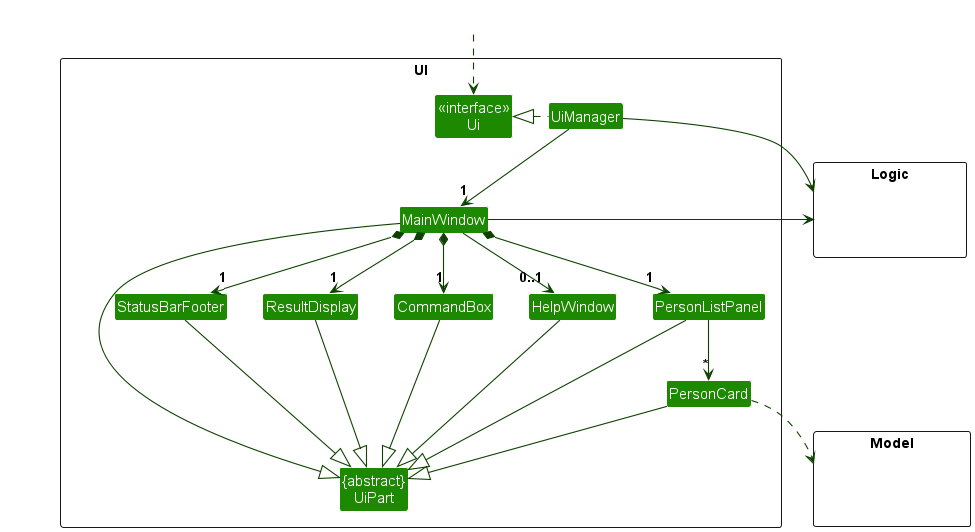
Earlier version of the PlantUML export docs/images/UiClassDiagram.png (nus-cs2103-AY2324S2/tp).
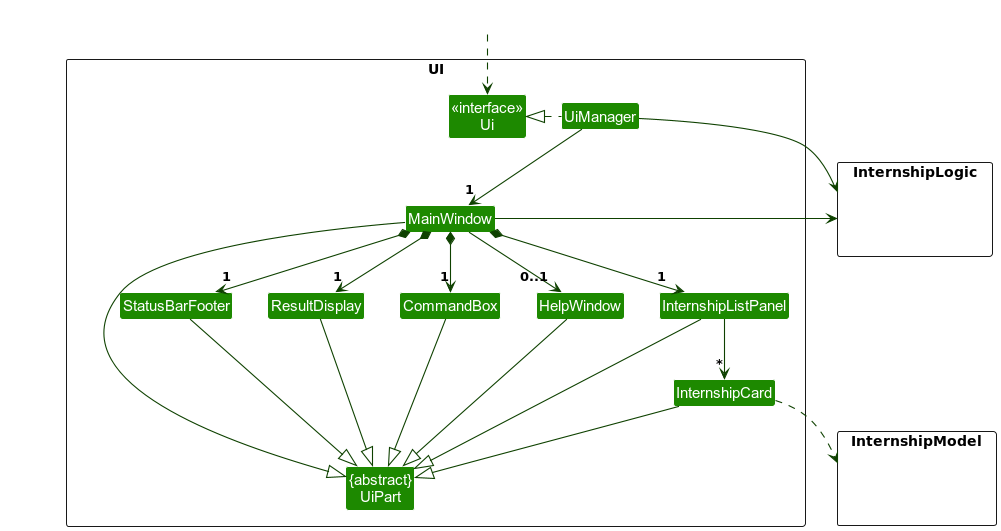
After the commit.

Diff of the diagram source:
```diff
@@ -11,17 +11,17 @@
 Class MainWindow
 Class HelpWindow
 Class ResultDisplay
-Class PersonListPanel
-Class PersonCard
+Class InternshipListPanel
+Class InternshipCard
 Class StatusBarFooter
 Class CommandBox
 }
 
-package Model <<Rectangle>> {
+package InternshipModel <<Rectangle>> {
 Class HiddenModel #FFFFFF
 }
 
-package Logic <<Rectangle>> {
+package InternshipLogic <<Rectangle>> {
 Class HiddenLogic #FFFFFF
 }
 
@@ -32,26 +32,26 @@
 UiManager -down-> "1" MainWindow
 MainWindow *-down->  "1" CommandBox
 MainWindow *-down-> "1" ResultDisplay
-MainWindow *-down-> "1" PersonListPanel
+MainWindow *-down-> "1" InternshipListPanel
 MainWindow *-down-> "1" StatusBarFooter
 MainWindow --> "0..1" HelpWindow
 
-PersonListPanel -down-> "*" PersonCard
+InternshipListPanel -down-> "*" InternshipCard
 
 MainWindow -left-|> UiPart
 
 ResultDisplay --|> UiPart
 CommandBox --|> UiPart
-PersonListPanel --|> UiPart
-PersonCard --|> UiPart
+InternshipListPanel --|> UiPart
+InternshipCard --|> UiPart
 StatusBarFooter --|> UiPart
 HelpWindow --|> UiPart
 
-PersonCard ..> Model
-UiManager -right-> Logic
-MainWindow -left-> Logic
+InternshipCard ..> InternshipModel
+UiManager -right-> InternshipLogic
+MainWindow -left-> InternshipLogic
 
-PersonListPanel -[hidden]left- HelpWindow
+InternshipListPanel -[hidden]left- HelpWindow
 HelpWindow -[hidden]left- CommandBox
 CommandBox -[hidden]left- ResultDisplay
 ResultDisplay -[hidden]left- StatusBarFooter
```
